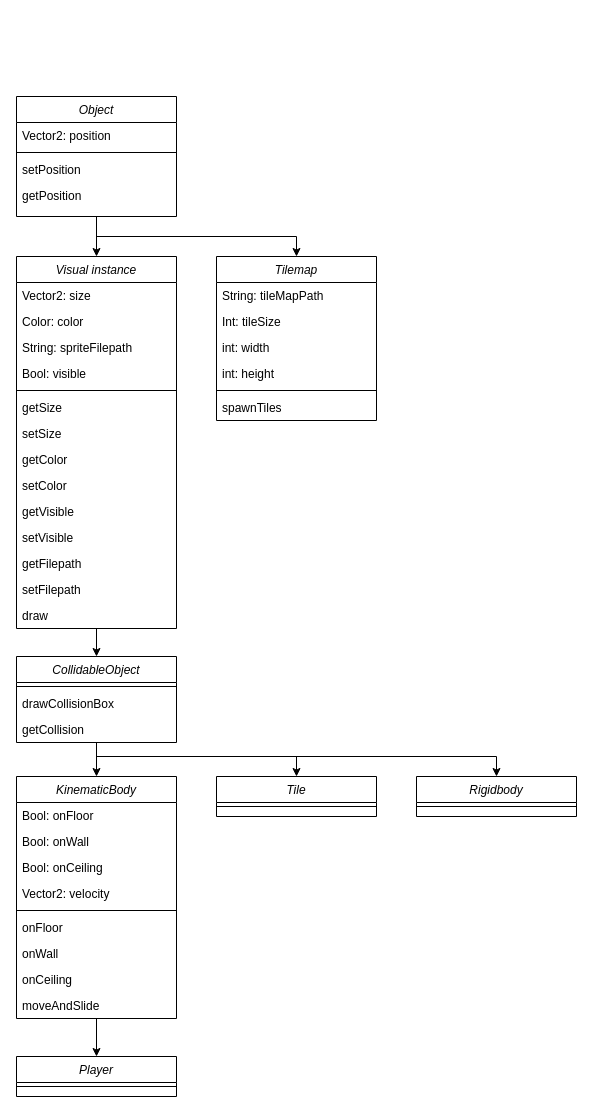
Before: Merlin-structure.drawio in LeonStansfield/merlin, a draw.io diagram. Source tidied: cells renumbered, new cells numbered last; positions are measured from the earlier drawing's top-left corner, leaving out a move shared by most shapes. Both pictures are drawn from the tidied source at 100%, with x=0, y=0 at pixel (16, 96).
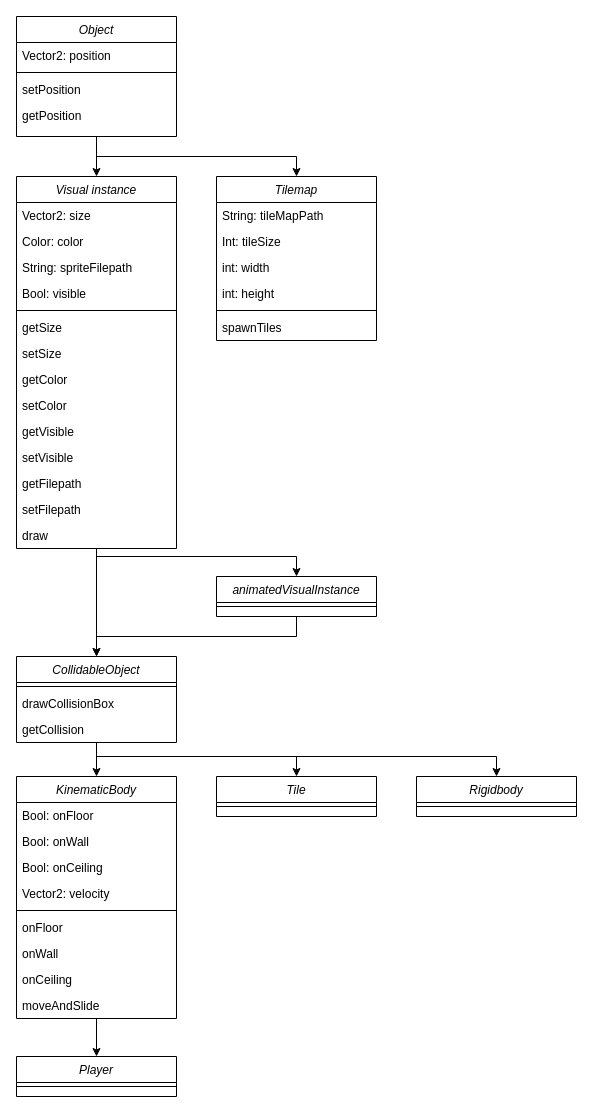
The same page after the edit.

The change refers to these unchanged cells:
```xml
<mxCell id="23" value="draw" style="text;align=left;verticalAlign=top;spacingLeft=4;spacingRight=4;overflow=hidden;points=[[0,0.5],[1,0.5]];portConstraint=eastwest;" parent="9" vertex="1">
  <mxGeometry y="346" width="160" height="26" as="geometry" />
</mxCell>
<mxCell id="26" value="CollidableObject" style="swimlane;fontStyle=2;align=center;verticalAlign=top;horizontal=1;startSize=26;rounded=0;shadow=0;strokeWidth=1;" parent="1" vertex="1">
  <mxGeometry y="560" width="160" height="86" as="geometry" />
</mxCell>
```

What changed in the source:
```diff
@@
     <mxCell id="3" value="Object" style="swimlane;fontStyle=2;align=center;verticalAlign=top;horizontal=1;startSize=26;rounded=0;shadow=0;strokeWidth=1;" parent="1" vertex="1">
-      <mxGeometry width="160" height="120" as="geometry" />
+      <mxGeometry y="-80" width="160" height="120" as="geometry" />
     </mxCell>
@@
     <mxCell id="9" value="Visual instance" style="swimlane;fontStyle=2;align=center;verticalAlign=top;horizontal=1;startSize=26;rounded=0;shadow=0;strokeWidth=1;" parent="1" vertex="1">
-      <mxGeometry y="160" width="160" height="372" as="geometry" />
+      <mxGeometry y="80" width="160" height="372" as="geometry" />
     </mxCell>
@@
     <mxCell id="44" value="Tilemap" style="swimlane;fontStyle=2;align=center;verticalAlign=top;horizontal=1;startSize=26;rounded=0;shadow=0;strokeWidth=1;" parent="1" vertex="1">
-      <mxGeometry x="200" y="160" width="160" height="164" as="geometry" />
+      <mxGeometry x="200" y="80" width="160" height="164" as="geometry" />
     </mxCell>
@@
+    <mxCell id="57" style="edgeStyle=orthogonalEdgeStyle;rounded=0;jettySize=auto;html=1;entryX=0.5;entryY=0;entryDx=0;entryDy=0;" parent="1" edge="1" source="23" target="59">
+      <mxGeometry relative="1" as="geometry">
+        <Array as="points">
+          <mxPoint x="80" y="460" />
+          <mxPoint x="280" y="460" />
+        </Array>
+      </mxGeometry>
+    </mxCell>
+    <mxCell id="58" style="edgeStyle=orthogonalEdgeStyle;rounded=0;jettySize=auto;html=1;entryX=0.5;entryY=0;entryDx=0;entryDy=0;exitX=0.5;exitY=1;exitDx=0;exitDy=0;" parent="1" edge="1" source="59" target="26">
+      <mxGeometry relative="1" as="geometry">
+        <Array as="points">
+          <mxPoint x="280" y="540" />
+          <mxPoint x="80" y="540" />
+        </Array>
+      </mxGeometry>
+    </mxCell>
+    <mxCell id="59" value="animatedVisualInstance" style="swimlane;fontStyle=2;align=center;verticalAlign=top;horizontal=1;startSize=26;rounded=0;shadow=0;strokeWidth=1;" parent="1" vertex="1">
+      <mxGeometry x="200" y="480" width="160" height="40" as="geometry" />
+    </mxCell>
+    <mxCell id="60" style="line;html=1;strokeWidth=1;align=left;verticalAlign=middle;spacingTop=-1;spacingLeft=3;spacingRight=3;labelPosition=right;" parent="59" vertex="1">
+      <mxGeometry y="26" width="160" height="8" as="geometry" />
+    </mxCell>
```
